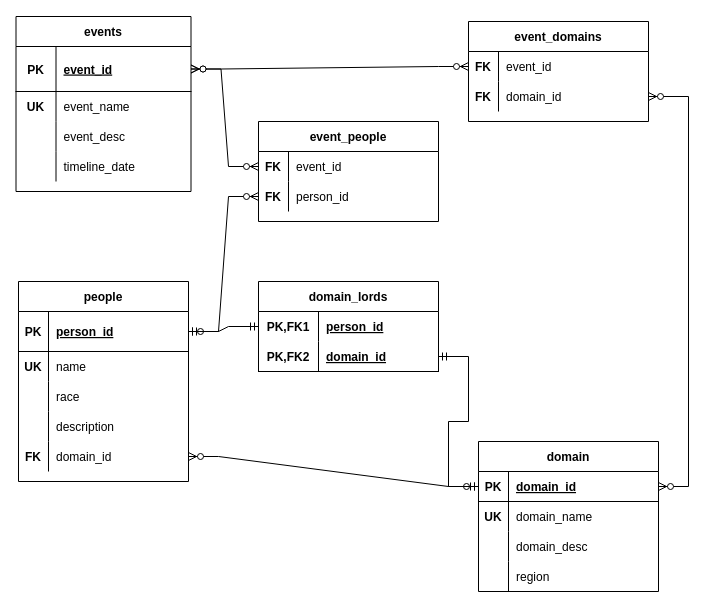
This is timeline/TimelineERD.drawio from JR-BESD/PromineoTechFinalProject, a draw.io file, before an edit. Source tidied: cells renumbered, new cells numbered last; positions are measured from the earlier drawing's top-left corner, leaving out a move shared by most shapes. Both pictures are drawn from the tidied source at 100%, with x=0, y=0 at pixel (16, 16).
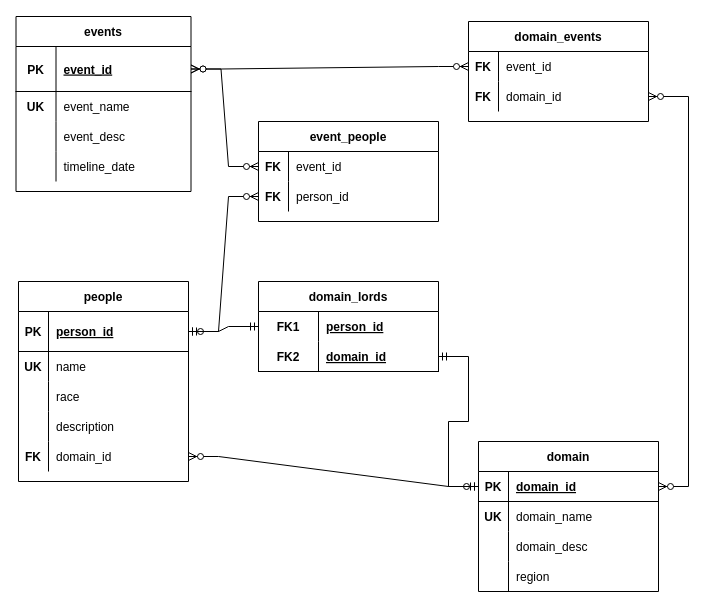
The same page after the edit.

Commit message (it also covers changes not shown here):
clean code, update ERD

The change refers to these unchanged cells:
```xml
<mxCell id="64" style="shape=tableRow;horizontal=0;startSize=0;swimlaneHead=0;swimlaneBody=0;fillColor=none;points=[[0,0.5],[1,0.5]];portConstraint=eastwest;top=0;left=0;right=0;bottom=0;" parent="63" vertex="1">
  <mxGeometry y="30" width="180" height="30" as="geometry" />
</mxCell>
<mxCell id="67" style="shape=tableRow;horizontal=0;startSize=0;swimlaneHead=0;swimlaneBody=0;fillColor=none;points=[[0,0.5],[1,0.5]];portConstraint=eastwest;top=0;left=0;right=0;bottom=1;" parent="63" vertex="1">
  <mxGeometry y="60" width="180" height="30" as="geometry" />
</mxCell>
```

Change to the diagram source:
```diff
@@
-    <mxCell id="46" value="event_domains" style="shape=table;startSize=30;childLayout=tableLayout;rowLines=0;fontStyle=1;align=center;" parent="1" vertex="1">
+    <mxCell id="46" value="domain_events" style="shape=table;startSize=30;childLayout=tableLayout;rowLines=0;fontStyle=1;align=center;" parent="1" vertex="1">
       <mxGeometry x="452" y="5" width="180" height="100" as="geometry" />
     </mxCell>
@@
-    <mxCell id="65" value="PK,FK1" style="shape=partialRectangle;fillColor=none;top=0;left=0;bottom=0;right=0;fontStyle=1;overflow=hidden;" parent="64" vertex="1">
+    <mxCell id="65" value="FK1" style="shape=partialRectangle;fillColor=none;top=0;left=0;bottom=0;right=0;fontStyle=1;overflow=hidden;" parent="64" vertex="1">
       <mxGeometry width="60" height="30" as="geometry" />
     </mxCell>
@@
-    <mxCell id="68" value="PK,FK2" style="shape=partialRectangle;fillColor=none;top=0;left=0;bottom=0;right=0;fontStyle=1;overflow=hidden;" parent="67" vertex="1">
+    <mxCell id="68" value="FK2" style="shape=partialRectangle;fillColor=none;top=0;left=0;bottom=0;right=0;fontStyle=1;overflow=hidden;" parent="67" vertex="1">
       <mxGeometry width="60" height="30" as="geometry" />
     </mxCell>
```
